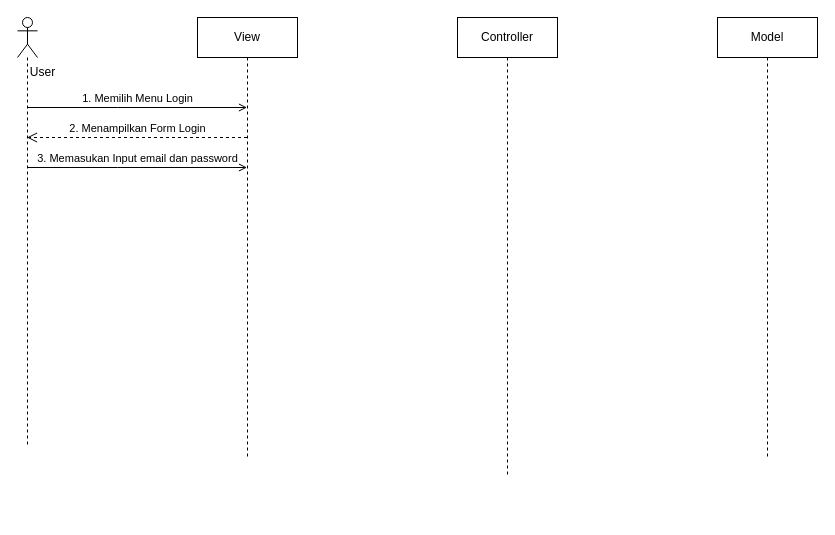
The draw.io diagram page "login_sequence" (1 of 4) of sequence.drawio in ThikerXCX/umltoko, before the edit. Source tidied: cells renumbered, new cells numbered last; positions are measured from the earlier drawing's top-left corner, leaving out a move shared by most shapes. Both pictures are drawn from the tidied source at 100%, with x=0, y=0 at pixel (17, 17).
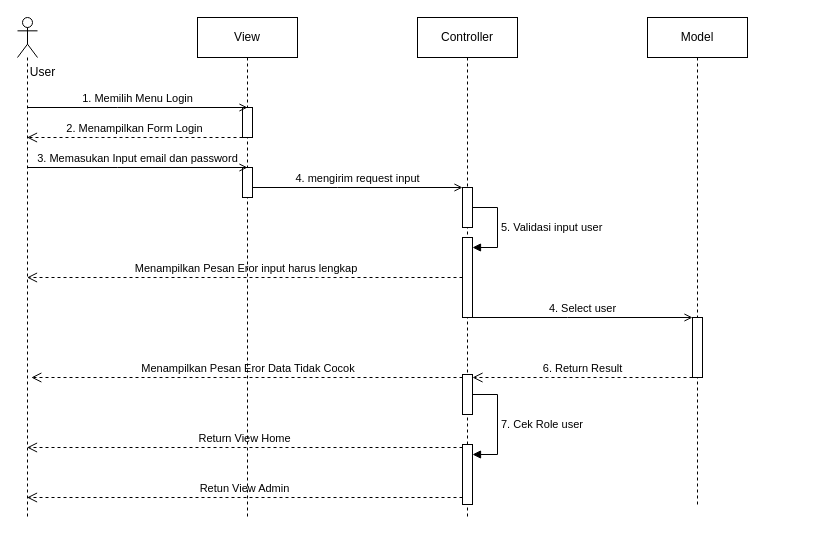
Above is the later version.

What changed in the source:
```diff
@@
     <mxCell id="2" style="shape=umlLifeline;perimeter=lifelinePerimeter;whiteSpace=wrap;html=1;outlineConnect=0;portConstraint=eastwest;newEdgeStyle={&quot;edgeStyle&quot;:&quot;elbowEdgeStyle&quot;,&quot;elbow&quot;:&quot;vertical&quot;,&quot;curved&quot;:0,&quot;rounded&quot;:0};participant=umlActor;" parent="1" vertex="1">
-      <mxGeometry width="20" height="430" as="geometry" />
+      <mxGeometry width="20" height="500" as="geometry" />
     </mxCell>
     <mxCell id="3" value="View" style="shape=umlLifeline;perimeter=lifelinePerimeter;whiteSpace=wrap;html=1;outlineConnect=0;portConstraint=eastwest;newEdgeStyle={&quot;edgeStyle&quot;:&quot;elbowEdgeStyle&quot;,&quot;elbow&quot;:&quot;vertical&quot;,&quot;curved&quot;:0,&quot;rounded&quot;:0};" parent="1" vertex="1">
-      <mxGeometry x="180" width="100" height="440" as="geometry" />
+      <mxGeometry x="180" width="100" height="500" as="geometry" />
     </mxCell>
+    <mxCell id="10" style="html=1;points=[];perimeter=orthogonalPerimeter;outlineConnect=0;targetShapes=umlLifeline;portConstraint=eastwest;newEdgeStyle={&quot;edgeStyle&quot;:&quot;elbowEdgeStyle&quot;,&quot;elbow&quot;:&quot;vertical&quot;,&quot;curved&quot;:0,&quot;rounded&quot;:0};" parent="3" vertex="1">
+      <mxGeometry x="45" y="90" width="10" height="30" as="geometry" />
+    </mxCell>
+    <mxCell id="11" style="html=1;points=[];perimeter=orthogonalPerimeter;outlineConnect=0;targetShapes=umlLifeline;portConstraint=eastwest;newEdgeStyle={&quot;edgeStyle&quot;:&quot;elbowEdgeStyle&quot;,&quot;elbow&quot;:&quot;vertical&quot;,&quot;curved&quot;:0,&quot;rounded&quot;:0};" parent="3" vertex="1">
+      <mxGeometry x="45" y="150" width="10" height="30" as="geometry" />
+    </mxCell>
@@
     <mxCell id="5" value="Controller" style="shape=umlLifeline;perimeter=lifelinePerimeter;whiteSpace=wrap;html=1;newEdgeStyle={&quot;edgeStyle&quot;:&quot;elbowEdgeStyle&quot;,&quot;elbow&quot;:&quot;vertical&quot;,&quot;curved&quot;:0,&quot;rounded&quot;:0};" parent="1" vertex="1">
-      <mxGeometry x="440" width="100" height="460" as="geometry" />
+      <mxGeometry x="400" width="100" height="500" as="geometry" />
     </mxCell>
+    <mxCell id="12" style="html=1;points=[];perimeter=orthogonalPerimeter;outlineConnect=0;targetShapes=umlLifeline;portConstraint=eastwest;newEdgeStyle={&quot;edgeStyle&quot;:&quot;elbowEdgeStyle&quot;,&quot;elbow&quot;:&quot;vertical&quot;,&quot;curved&quot;:0,&quot;rounded&quot;:0};" parent="5" vertex="1">
+      <mxGeometry x="45" y="170" width="10" height="40" as="geometry" />
+    </mxCell>
+    <mxCell id="13" value="5. Validasi input user" style="html=1;align=left;spacingLeft=2;endArrow=block;rounded=0;edgeStyle=orthogonalEdgeStyle;curved=0;rounded=0;" parent="5" edge="1" source="12" target="14">
+      <mxGeometry relative="1" as="geometry">
+        <Array as="points">
+          <mxPoint x="80" y="190" />
+          <mxPoint x="80" y="230" />
+        </Array>
+      </mxGeometry>
+    </mxCell>
+    <mxCell id="14" style="html=1;points=[];perimeter=orthogonalPerimeter;outlineConnect=0;targetShapes=umlLifeline;portConstraint=eastwest;newEdgeStyle={&quot;edgeStyle&quot;:&quot;elbowEdgeStyle&quot;,&quot;elbow&quot;:&quot;vertical&quot;,&quot;curved&quot;:0,&quot;rounded&quot;:0};" parent="5" vertex="1">
+      <mxGeometry x="45" y="220" width="10" height="80" as="geometry" />
+    </mxCell>
+    <mxCell id="15" style="html=1;points=[];perimeter=orthogonalPerimeter;outlineConnect=0;targetShapes=umlLifeline;portConstraint=eastwest;newEdgeStyle={&quot;edgeStyle&quot;:&quot;elbowEdgeStyle&quot;,&quot;elbow&quot;:&quot;vertical&quot;,&quot;curved&quot;:0,&quot;rounded&quot;:0};" parent="5" vertex="1">
+      <mxGeometry x="45" y="357" width="10" height="40" as="geometry" />
+    </mxCell>
+    <mxCell id="16" value="7. Cek Role user" style="html=1;align=left;spacingLeft=2;endArrow=block;rounded=0;edgeStyle=orthogonalEdgeStyle;curved=0;rounded=0;" parent="5" edge="1" source="15" target="17">
+      <mxGeometry relative="1" as="geometry">
+        <Array as="points">
+          <mxPoint x="80" y="377" />
+          <mxPoint x="80" y="437" />
+        </Array>
+      </mxGeometry>
+    </mxCell>
+    <mxCell id="17" style="html=1;points=[];perimeter=orthogonalPerimeter;outlineConnect=0;targetShapes=umlLifeline;portConstraint=eastwest;newEdgeStyle={&quot;edgeStyle&quot;:&quot;elbowEdgeStyle&quot;,&quot;elbow&quot;:&quot;vertical&quot;,&quot;curved&quot;:0,&quot;rounded&quot;:0};" parent="5" vertex="1">
+      <mxGeometry x="45" y="427" width="10" height="60" as="geometry" />
+    </mxCell>
     <mxCell id="6" value="Model" style="shape=umlLifeline;perimeter=lifelinePerimeter;whiteSpace=wrap;html=1;newEdgeStyle={&quot;edgeStyle&quot;:&quot;elbowEdgeStyle&quot;,&quot;elbow&quot;:&quot;vertical&quot;,&quot;curved&quot;:0,&quot;rounded&quot;:0};" parent="1" vertex="1">
-      <mxGeometry x="700" width="100" height="440" as="geometry" />
+      <mxGeometry x="630" width="100" height="490" as="geometry" />
     </mxCell>
+    <mxCell id="18" style="html=1;points=[];perimeter=orthogonalPerimeter;outlineConnect=0;targetShapes=umlLifeline;portConstraint=eastwest;newEdgeStyle={&quot;edgeStyle&quot;:&quot;elbowEdgeStyle&quot;,&quot;elbow&quot;:&quot;vertical&quot;,&quot;curved&quot;:0,&quot;rounded&quot;:0};" parent="6" vertex="1">
+      <mxGeometry x="45" y="300" width="10" height="60" as="geometry" />
+    </mxCell>
-    <mxCell id="7" value="1. Memilih Menu Login" style="html=1;verticalAlign=bottom;labelBackgroundColor=none;endArrow=open;endFill=0;rounded=0;" parent="1" edge="1" source="2" target="3">
+    <mxCell id="7" value="1. Memilih Menu Login" style="html=1;verticalAlign=bottom;labelBackgroundColor=none;endArrow=open;endFill=0;rounded=0;" parent="1" edge="1" source="2">
       <mxGeometry relative="1" as="geometry">
+        <mxPoint x="230" y="90" as="targetPoint" />
         <Array as="points">
           <mxPoint x="100" y="90" />
         </Array>
       </mxGeometry>
     </mxCell>
-    <mxCell id="8" value="2. Menampilkan Form Login" style="endArrow=open;startArrow=none;endFill=0;startFill=0;endSize=8;html=1;verticalAlign=bottom;dashed=1;labelBackgroundColor=none;rounded=0;" parent="1" edge="1" source="3" target="2">
+    <mxCell id="8" value="2. Menampilkan Form Login" style="endArrow=open;startArrow=none;endFill=0;startFill=0;endSize=8;html=1;verticalAlign=bottom;dashed=1;labelBackgroundColor=none;rounded=0;" parent="1" edge="1" source="10" target="2">
       <mxGeometry relative="1" as="geometry">
         <Array as="points">
           <mxPoint x="80" y="120" />
         </Array>
       </mxGeometry>
     </mxCell>
-    <mxCell id="9" value="3. Memasukan Input email dan password" style="html=1;verticalAlign=bottom;labelBackgroundColor=none;endArrow=open;endFill=0;rounded=0;" parent="1" edge="1" target="3">
+    <mxCell id="9" value="3. Memasukan Input email dan password" style="html=1;verticalAlign=bottom;labelBackgroundColor=none;endArrow=open;endFill=0;rounded=0;" parent="1" edge="1">
       <mxGeometry relative="1" as="geometry">
         <mxPoint x="10" y="150" as="sourcePoint" />
+        <mxPoint x="230" y="150" as="targetPoint" />
         <Array as="points">
           <mxPoint x="100" y="150" />
         </Array>
       </mxGeometry>
     </mxCell>
+    <mxCell id="19" value="4. mengirim request input" style="html=1;verticalAlign=bottom;labelBackgroundColor=none;endArrow=open;endFill=0;rounded=0;" parent="1" edge="1" source="11">
+      <mxGeometry relative="1" as="geometry">
+        <mxPoint x="445" y="170" as="targetPoint" />
+        <Array as="points">
+          <mxPoint x="320" y="170" />
+        </Array>
+      </mxGeometry>
+    </mxCell>
+    <mxCell id="20" value="4. Select user" style="html=1;verticalAlign=bottom;labelBackgroundColor=none;endArrow=open;endFill=0;rounded=0;" parent="1" edge="1" target="18">
+      <mxGeometry relative="1" as="geometry">
+        <mxPoint x="455" y="300" as="sourcePoint" />
+        <Array as="points">
+          <mxPoint x="550" y="300" />
+        </Array>
+      </mxGeometry>
+    </mxCell>
+    <mxCell id="21" value="&amp;nbsp;Menampilkan Pesan Eror input harus lengkap" style="endArrow=open;startArrow=none;endFill=0;startFill=0;endSize=8;html=1;verticalAlign=bottom;dashed=1;labelBackgroundColor=none;rounded=0;" parent="1" edge="1" source="14" target="2">
+      <mxGeometry relative="1" as="geometry">
+        <Array as="points">
+          <mxPoint x="300" y="260" />
+        </Array>
+      </mxGeometry>
+    </mxCell>
+    <mxCell id="22" value="6. Return Result" style="endArrow=open;startArrow=none;endFill=0;startFill=0;endSize=8;html=1;verticalAlign=bottom;dashed=1;labelBackgroundColor=none;rounded=0;" parent="1" edge="1" source="18" target="15">
+      <mxGeometry relative="1" as="geometry">
+        <Array as="points">
+          <mxPoint x="530" y="360" />
+        </Array>
+      </mxGeometry>
+    </mxCell>
+    <mxCell id="23" value="&amp;nbsp;Menampilkan Pesan Eror Data Tidak Cocok" style="endArrow=open;startArrow=none;endFill=0;startFill=0;endSize=8;html=1;verticalAlign=bottom;dashed=1;labelBackgroundColor=none;rounded=0;" parent="1" edge="1" source="15">
+      <mxGeometry relative="1" as="geometry">
+        <mxPoint x="13.8" y="360" as="targetPoint" />
+        <Array as="points">
+          <mxPoint x="303.8" y="360" />
+        </Array>
+      </mxGeometry>
+    </mxCell>
+    <mxCell id="24" value="Return View Home" style="endArrow=open;startArrow=none;endFill=0;startFill=0;endSize=8;html=1;verticalAlign=bottom;dashed=1;labelBackgroundColor=none;rounded=0;" parent="1" edge="1" source="17" target="2">
+      <mxGeometry relative="1" as="geometry">
+        <Array as="points">
+          <mxPoint x="302.5" y="430" />
+        </Array>
+      </mxGeometry>
+    </mxCell>
+    <mxCell id="25" value="Retun View Admin" style="endArrow=open;startArrow=none;endFill=0;startFill=0;endSize=8;html=1;verticalAlign=bottom;dashed=1;labelBackgroundColor=none;rounded=0;" parent="1" edge="1" source="17" target="2">
+      <mxGeometry relative="1" as="geometry">
+        <Array as="points">
+          <mxPoint x="302.5" y="480" />
+        </Array>
+      </mxGeometry>
+    </mxCell>
```
